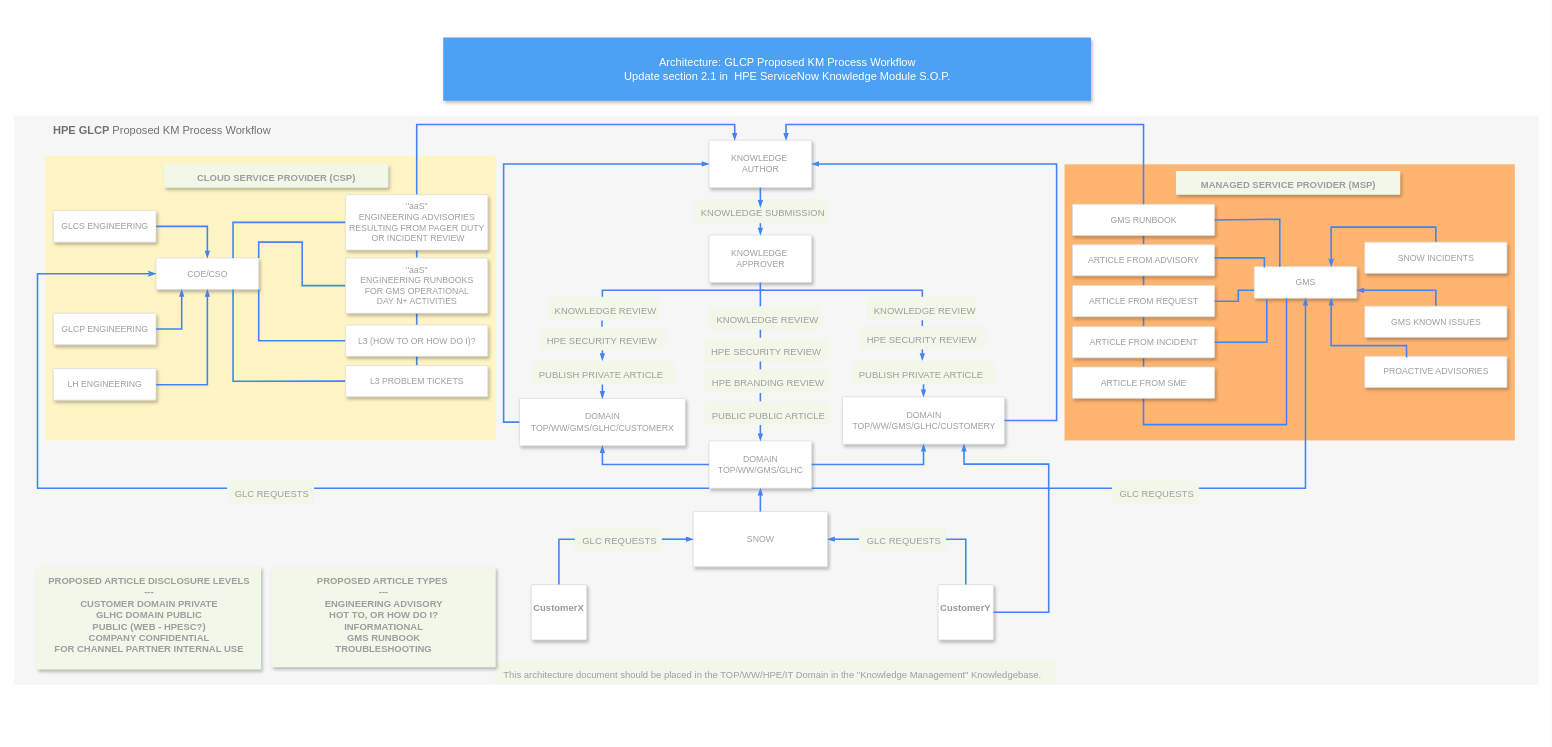
Above: Untitled Diagram.drawio in ajrich2/ajrich2 (draw.io), before the change. Source tidied: cells renumbered, new cells numbered last; positions are measured from the earlier drawing's top-left corner, leaving out a move shared by most shapes. Both pictures are drawn from the tidied source at 79%, with x=0, y=0 at pixel (13, 13).
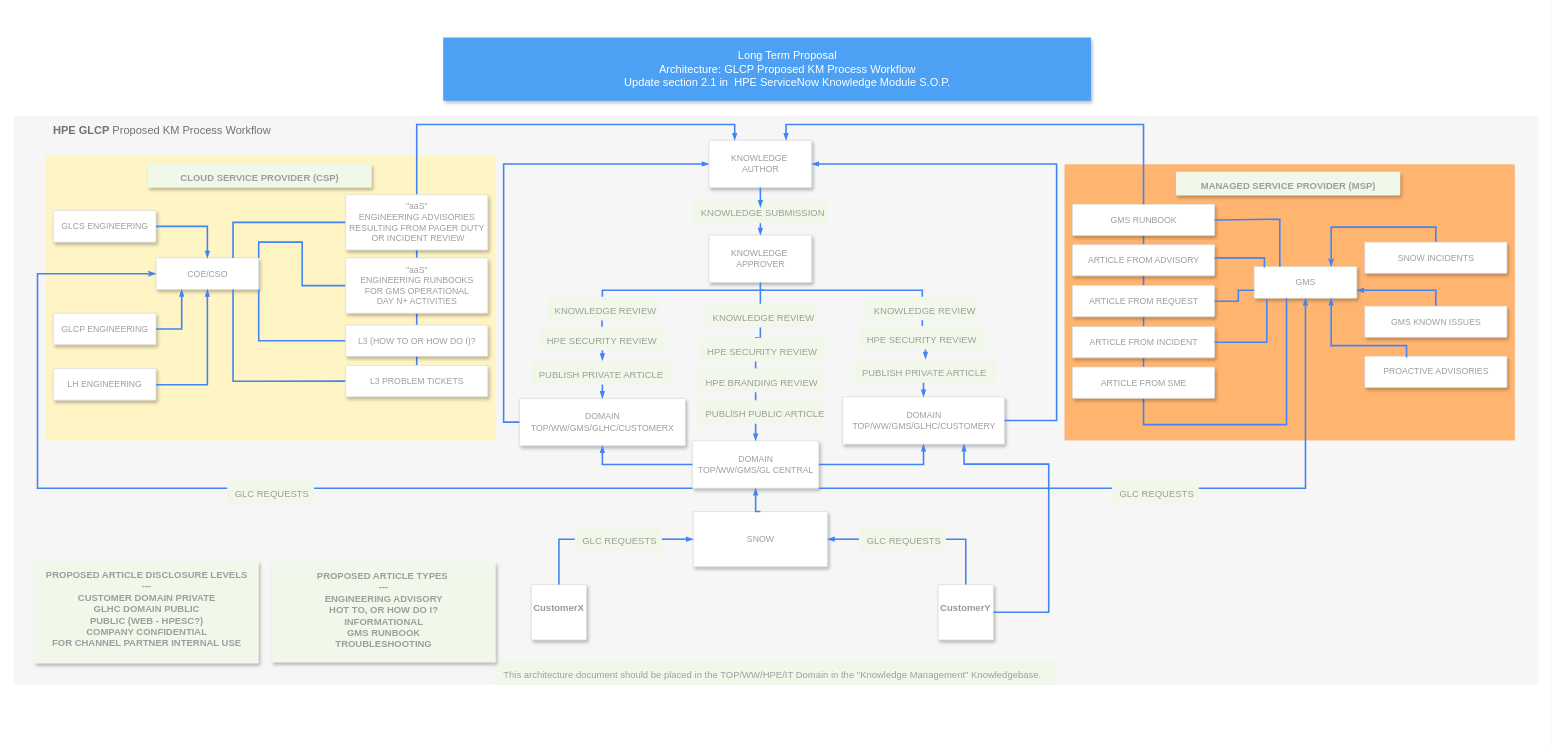
Above is the later version.

The edit, as a diff of the source:
```diff
@@
-    <mxCell id="5" value="Architecture: GLCP Proposed KM Process Workflow &lt;br&gt;Update section 2.1 in&amp;nbsp;&amp;nbsp;HPE ServiceNow Knowledge Module S.O.P." style="fillColor=#4DA1F5;strokeColor=none;shadow=1;gradientColor=none;fontSize=14;align=center;spacingLeft=50;fontColor=#ffffff;html=1;" parent="1" vertex="1">
+    <mxCell id="5" value="Long Term Proposal&lt;br&gt;Architecture: GLCP Proposed KM Process Workflow &lt;br&gt;Update section 2.1 in&amp;nbsp;&amp;nbsp;HPE ServiceNow Knowledge Module S.O.P." style="fillColor=#4DA1F5;strokeColor=none;shadow=1;gradientColor=none;fontSize=14;align=center;spacingLeft=50;fontColor=#ffffff;html=1;" parent="1" vertex="1">
       <mxGeometry x="543.5" y="30" width="820" height="80" as="geometry" />
     </mxCell>
@@
-    <mxCell id="11" value="DOMAIN&lt;br&gt;TOP/WW/GMS/GLHC" style="strokeColor=#dddddd;fillColor=#ffffff;shadow=1;strokeWidth=1;rounded=1;absoluteArcSize=1;arcSize=2;fontSize=11;fontColor=#9E9E9E;align=center;html=1;" parent="1" vertex="1">
-      <mxGeometry x="880" y="540.5" width="130" height="60" as="geometry" />
+    <mxCell id="11" value="DOMAIN&lt;br&gt;TOP/WW/GMS/GL CENTRAL" style="strokeColor=#dddddd;fillColor=#ffffff;shadow=1;strokeWidth=1;rounded=1;absoluteArcSize=1;arcSize=2;fontSize=11;fontColor=#9E9E9E;align=center;html=1;" parent="1" vertex="1">
+      <mxGeometry x="859" y="540.5" width="160" height="60" as="geometry" />
     </mxCell>
@@
-    <mxCell id="29" value="PUBLIC PUBLIC ARTICLE" style="rounded=1;absoluteArcSize=1;arcSize=2;html=1;strokeColor=none;gradientColor=none;shadow=0;dashed=0;fontSize=12;fontColor=#9E9E9E;align=left;verticalAlign=top;spacing=10;spacingTop=-4;fillColor=#F1F8E9;" parent="1" vertex="1">
-      <mxGeometry x="874" y="490.5" width="159" height="30" as="geometry" />
+    <mxCell id="29" value="PUBLlSH PUBLIC ARTICLE" style="rounded=1;absoluteArcSize=1;arcSize=2;html=1;strokeColor=none;gradientColor=none;shadow=0;dashed=0;fontSize=12;fontColor=#9E9E9E;align=left;verticalAlign=top;spacing=10;spacingTop=-4;fillColor=#F1F8E9;" parent="1" vertex="1">
+      <mxGeometry x="865.5" y="489" width="159" height="30" as="geometry" />
     </mxCell>
     <mxCell id="30" value="HPE BRANDING REVIEW" style="rounded=1;absoluteArcSize=1;arcSize=2;html=1;strokeColor=none;gradientColor=none;shadow=0;dashed=0;fontSize=12;fontColor=#9E9E9E;align=left;verticalAlign=top;spacing=10;spacingTop=-4;fillColor=#F1F8E9;" parent="1" vertex="1">
-      <mxGeometry x="873.5" y="450" width="160" height="30" as="geometry" />
+      <mxGeometry x="865.5" y="449" width="160" height="30" as="geometry" />
     </mxCell>
     <mxCell id="31" value="HPE SECURITY REVIEW" style="rounded=1;absoluteArcSize=1;arcSize=2;html=1;strokeColor=none;gradientColor=none;shadow=0;dashed=0;fontSize=12;fontColor=#9E9E9E;align=left;verticalAlign=top;spacing=10;spacingTop=-4;fillColor=#F1F8E9;" parent="1" vertex="1">
-      <mxGeometry x="872.5" y="410" width="160" height="30" as="geometry" />
+      <mxGeometry x="867.5" y="410" width="160" height="30" as="geometry" />
     </mxCell>
@@
     <mxCell id="35" value="KNOWLEDGE REVIEW" style="rounded=1;absoluteArcSize=1;arcSize=2;html=1;strokeColor=none;gradientColor=none;shadow=0;dashed=0;fontSize=12;fontColor=#9E9E9E;align=left;verticalAlign=top;spacing=10;spacingTop=-4;fillColor=#F1F8E9;" parent="1" vertex="1">
-      <mxGeometry x="880" y="370" width="140" height="30" as="geometry" />
+      <mxGeometry x="875" y="367" width="140" height="30" as="geometry" />
     </mxCell>
@@
     <mxCell id="61" value="CLOUD SERVICE PROVIDER (CSP)" style="rounded=1;absoluteArcSize=1;arcSize=2;html=1;strokeColor=none;gradientColor=none;shadow=1;dashed=0;fontSize=12;fontColor=#9E9E9E;align=center;verticalAlign=top;spacing=10;spacingTop=-4;fillColor=#F1F8E9;fontStyle=1;" parent="1" vertex="1">
-      <mxGeometry x="190" y="190" width="284" height="30" as="geometry" />
+      <mxGeometry x="169" y="190" width="284" height="30" as="geometry" />
     </mxCell>
@@
     <mxCell id="65" value="PUBLISH PRIVATE ARTICLE" style="rounded=1;absoluteArcSize=1;arcSize=2;html=1;strokeColor=none;gradientColor=none;shadow=0;dashed=0;fontSize=12;fontColor=#9E9E9E;align=left;verticalAlign=top;spacing=10;spacingTop=-4;fillColor=#F1F8E9;" parent="1" vertex="1">
-      <mxGeometry x="1060" y="439" width="180" height="30" as="geometry" />
+      <mxGeometry x="1064" y="437" width="180" height="30" as="geometry" />
     </mxCell>
@@
     <mxCell id="68" value="MANAGED SERVICE PROVIDER (MSP)" style="rounded=1;absoluteArcSize=1;arcSize=2;html=1;strokeColor=none;gradientColor=none;shadow=1;dashed=0;fontSize=12;fontColor=#9E9E9E;align=center;verticalAlign=top;spacing=10;spacingTop=-4;fillColor=#F1F8E9;fontStyle=1;" parent="1" vertex="1">
-      <mxGeometry x="1471" y="199" width="284" height="30" as="geometry" />
+      <mxGeometry x="1471" y="200" width="284" height="30" as="geometry" />
     </mxCell>
@@
     <mxCell id="89" value="PROPOSED ARTICLE&amp;nbsp;DISCLOSURE LEVELS&lt;br&gt;---&lt;br&gt;CUSTOMER DOMAIN PRIVATE&lt;br&gt;GLHC DOMAIN PUBLIC&lt;br&gt;PUBLIC (WEB - HPESC?)&lt;br&gt;COMPANY CONFIDENTIAL&lt;br&gt;FOR CHANNEL PARTNER INTERNAL USE" style="rounded=1;absoluteArcSize=1;arcSize=2;html=1;strokeColor=none;gradientColor=none;shadow=1;dashed=0;fontSize=12;fontColor=#9E9E9E;align=center;verticalAlign=top;spacing=10;spacingTop=-4;fillColor=#F1F8E9;fontStyle=1;" parent="1" vertex="1">
-      <mxGeometry x="29" y="700" width="284" height="130" as="geometry" />
+      <mxGeometry x="26" y="692.5" width="284" height="130" as="geometry" />
     </mxCell>
     <mxCell id="90" value="PROPOSED ARTICLE TYPES&amp;nbsp;&lt;br&gt;---&lt;br&gt;ENGINEERING ADVISORY&lt;br&gt;HOT TO, OR HOW DO I?&lt;br&gt;INFORMATIONAL&lt;br&gt;GMS RUNBOOK&lt;br&gt;TROUBLESHOOTING&lt;br&gt;&lt;br&gt;&lt;br&gt;&lt;br&gt;&lt;br&gt;&lt;br&gt;&lt;br&gt;&lt;br&gt;" style="rounded=1;absoluteArcSize=1;arcSize=2;html=1;strokeColor=none;gradientColor=none;shadow=1;dashed=0;fontSize=12;fontColor=#9E9E9E;align=center;verticalAlign=top;spacing=10;spacingTop=-4;fillColor=#F1F8E9;fontStyle=1;" parent="1" vertex="1">
-      <mxGeometry x="326" y="700" width="284" height="127" as="geometry" />
+      <mxGeometry x="326" y="694" width="284" height="127" as="geometry" />
     </mxCell>
```
